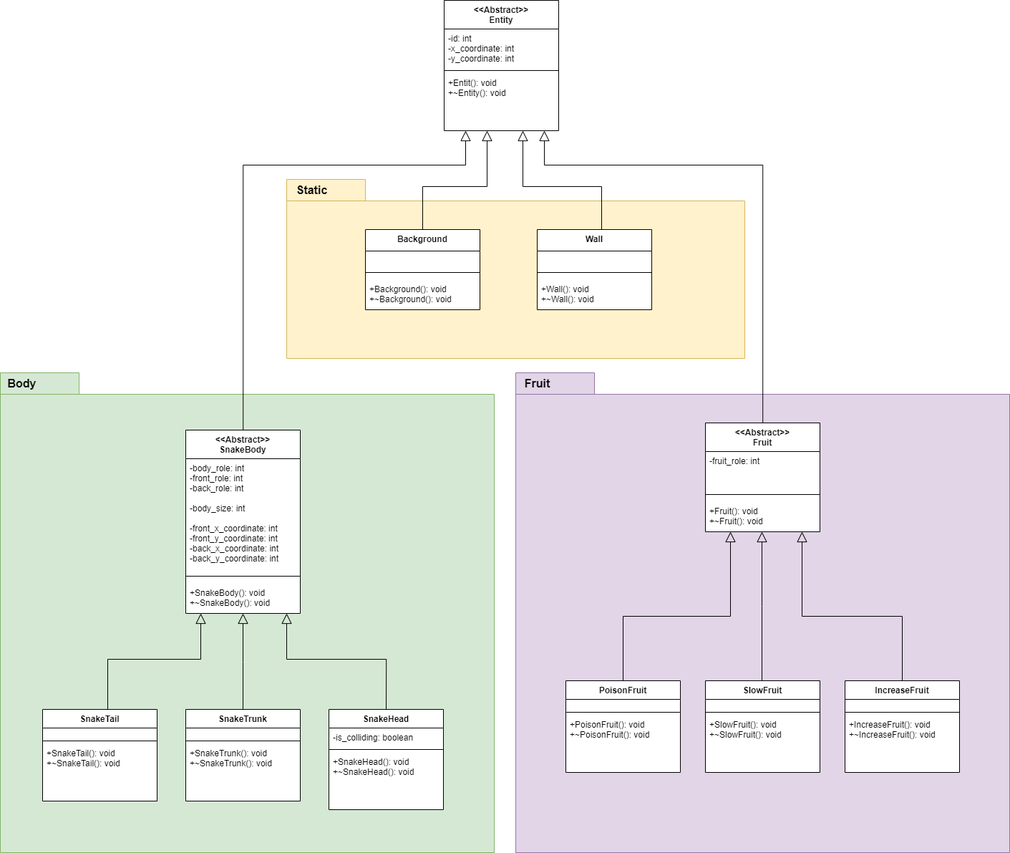
Above: snake-game-uml.drawio.png in daniapc/snake-game (draw.io), before the change. Source tidied: cells renumbered, new cells last; positions are measured from the earlier drawing's top-left corner, leaving out a move shared by most shapes.
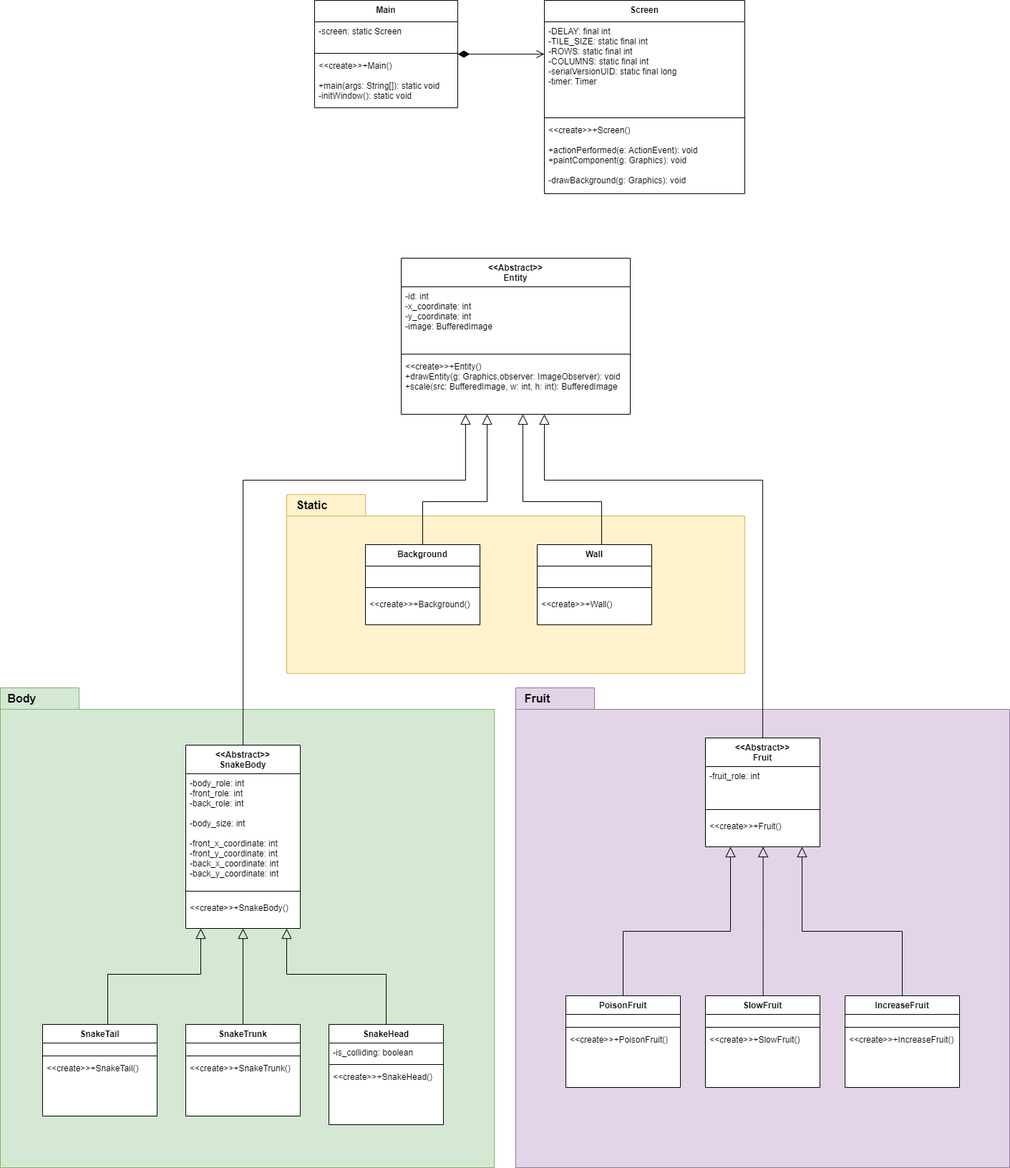
After the commit.

Commit message:
Commenting base classes and altering UML

Diff of the diagram source:
```diff
@@ -6,16 +6,16 @@
       <mxGeometry y="520" width="690" height="670" as="geometry" />
     </mxCell>
     <mxCell id="3" value="&lt;&lt;Abstract&gt;&gt;&#10;Entity" style="swimlane;fontStyle=1;align=center;verticalAlign=top;horizontal=1;startSize=40;swimlaneFillColor=default;" parent="1" vertex="1">
-      <mxGeometry x="620" width="160" height="182" as="geometry" />
+      <mxGeometry x="560" y="-80" width="320" height="218" as="geometry" />
     </mxCell>
-    <mxCell id="4" value="-id: int&#10;-x_coordinate: int&#10;-y_coordinate: int&#10;" style="text;strokeColor=none;fillColor=none;align=left;verticalAlign=top;spacingLeft=4;spacingRight=4;overflow=hidden;" parent="3" vertex="1">
-      <mxGeometry y="40" width="160" height="54" as="geometry" />
+    <mxCell id="4" value="-id: int&#10;-x_coordinate: int&#10;-y_coordinate: int&#10;-image: BufferedImage" style="text;strokeColor=none;fillColor=none;align=left;verticalAlign=top;spacingLeft=4;spacingRight=4;overflow=hidden;" parent="3" vertex="1">
+      <mxGeometry y="40" width="320" height="90" as="geometry" />
     </mxCell>
     <mxCell id="5" style="line;strokeWidth=1;fillColor=none;align=left;verticalAlign=middle;spacingTop=-1;spacingLeft=3;spacingRight=3;labelPosition=right;" parent="3" vertex="1">
-      <mxGeometry y="94" width="160" height="8" as="geometry" />
+      <mxGeometry y="130" width="320" height="8" as="geometry" />
     </mxCell>
-    <mxCell id="6" value="+Entit(): void&#10;+~Entity(): void" style="text;strokeColor=none;fillColor=none;align=left;verticalAlign=top;spacingLeft=4;spacingRight=4;overflow=hidden;points=[[0,0.5],[1,0.5]];portConstraint=eastwest;" parent="3" vertex="1">
-      <mxGeometry y="102" width="160" height="80" as="geometry" />
+    <mxCell id="6" value="&lt;&lt;create&gt;&gt;+Entity()&#10;+drawEntity(g: Graphics,observer: ImageObserver): void&#10;+scale(src: BufferedImage, w: int, h: int): BufferedImage" style="text;strokeColor=none;fillColor=none;align=left;verticalAlign=top;spacingLeft=4;spacingRight=4;overflow=hidden;points=[[0,0.5],[1,0.5]];portConstraint=eastwest;" parent="3" vertex="1">
+      <mxGeometry y="138" width="320" height="80" as="geometry" />
     </mxCell>
     <mxCell id="7" value="&lt;&lt;Abstract&gt;&gt;&#10;SnakeBody" style="swimlane;fontStyle=1;align=center;verticalAlign=top;horizontal=1;startSize=40;gradientColor=none;swimlaneFillColor=default;" parent="1" vertex="1">
       <mxGeometry x="259" y="600" width="160" height="256" as="geometry" />
@@ -26,7 +26,7 @@
     <mxCell id="9" style="line;strokeWidth=1;fillColor=none;align=left;verticalAlign=middle;spacingTop=-1;spacingLeft=3;spacingRight=3;labelPosition=right;" parent="7" vertex="1">
       <mxGeometry y="194" width="160" height="20" as="geometry" />
     </mxCell>
-    <mxCell id="10" value="+SnakeBody(): void&#10;+~SnakeBody(): void" style="text;strokeColor=none;fillColor=none;align=left;verticalAlign=top;spacingLeft=4;spacingRight=4;overflow=hidden;points=[[0,0.5],[1,0.5]];portConstraint=eastwest;" parent="7" vertex="1">
+    <mxCell id="10" value="&lt;&lt;create&gt;&gt;+SnakeBody()" style="text;strokeColor=none;fillColor=none;align=left;verticalAlign=top;spacingLeft=4;spacingRight=4;overflow=hidden;points=[[0,0.5],[1,0.5]];portConstraint=eastwest;" parent="7" vertex="1">
       <mxGeometry y="214" width="160" height="42" as="geometry" />
     </mxCell>
     <mxCell id="11" value="SnakeHead" style="swimlane;fontStyle=1;align=center;verticalAlign=top;horizontal=1;startSize=26;swimlaneFillColor=default;" parent="1" vertex="1">
@@ -38,7 +38,7 @@
     <mxCell id="13" style="line;strokeWidth=1;fillColor=none;align=left;verticalAlign=middle;spacingTop=-1;spacingLeft=3;spacingRight=3;labelPosition=right;" parent="11" vertex="1">
       <mxGeometry y="52" width="160" height="8" as="geometry" />
     </mxCell>
-    <mxCell id="14" value="+SnakeHead(): void&#10;+~SnakeHead(): void" style="text;strokeColor=none;fillColor=none;align=left;verticalAlign=top;spacingLeft=4;spacingRight=4;overflow=hidden;" parent="11" vertex="1">
+    <mxCell id="14" value="&lt;&lt;create&gt;&gt;+SnakeHead()" style="text;strokeColor=none;fillColor=none;align=left;verticalAlign=top;spacingLeft=4;spacingRight=4;overflow=hidden;" parent="11" vertex="1">
       <mxGeometry y="60" width="160" height="80" as="geometry" />
     </mxCell>
     <mxCell id="15" value="SnakeTrunk" style="swimlane;fontStyle=1;align=center;verticalAlign=top;horizontal=1;startSize=26;swimlaneFillColor=default;" parent="1" vertex="1">
@@ -50,7 +50,7 @@
     <mxCell id="17" style="line;strokeWidth=1;fillColor=none;align=left;verticalAlign=middle;spacingTop=-1;spacingLeft=3;spacingRight=3;labelPosition=right;" parent="15" vertex="1">
       <mxGeometry y="40" width="160" height="8" as="geometry" />
     </mxCell>
-    <mxCell id="18" value="+SnakeTrunk(): void&#10;+~SnakeTrunk(): void" style="text;strokeColor=none;fillColor=none;align=left;verticalAlign=top;spacingLeft=4;spacingRight=4;overflow=hidden;" parent="15" vertex="1">
+    <mxCell id="18" value="&lt;&lt;create&gt;&gt;+SnakeTrunk()" style="text;strokeColor=none;fillColor=none;align=left;verticalAlign=top;spacingLeft=4;spacingRight=4;overflow=hidden;" parent="15" vertex="1">
       <mxGeometry y="48" width="160" height="80" as="geometry" />
     </mxCell>
     <mxCell id="19" value="SnakeTail" style="swimlane;fontStyle=1;align=center;verticalAlign=top;horizontal=1;startSize=26;swimlaneFillColor=default;" parent="1" vertex="1">
@@ -62,7 +62,7 @@
     <mxCell id="21" style="line;strokeWidth=1;fillColor=none;align=left;verticalAlign=middle;spacingTop=-1;spacingLeft=3;spacingRight=3;labelPosition=right;" parent="19" vertex="1">
       <mxGeometry y="40" width="160" height="8" as="geometry" />
     </mxCell>
-    <mxCell id="22" value="+SnakeTail(): void&#10;+~SnakeTail(): void" style="text;strokeColor=none;fillColor=none;align=left;verticalAlign=top;spacingLeft=4;spacingRight=4;overflow=hidden;" parent="19" vertex="1">
+    <mxCell id="22" value="&lt;&lt;create&gt;&gt;+SnakeTail()" style="text;strokeColor=none;fillColor=none;align=left;verticalAlign=top;spacingLeft=4;spacingRight=4;overflow=hidden;" parent="19" vertex="1">
       <mxGeometry y="48" width="160" height="80" as="geometry" />
     </mxCell>
     <mxCell id="23" style="endArrow=none;html=1;rounded=0;entryX=0.5;entryY=0;entryDx=0;entryDy=0;startArrow=block;startFill=0;endSize=6;startSize=12;edgeStyle=orthogonalEdgeStyle;" parent="1" edge="1" source="10" target="11">
@@ -102,7 +102,7 @@
     <mxCell id="31" style="line;strokeWidth=1;fillColor=none;align=left;verticalAlign=middle;spacingTop=-1;spacingLeft=3;spacingRight=3;labelPosition=right;" parent="29" vertex="1">
       <mxGeometry y="90" width="160" height="20" as="geometry" />
     </mxCell>
-    <mxCell id="32" value="+Fruit(): void&#10;+~Fruit(): void" style="text;strokeColor=none;fillColor=none;align=left;verticalAlign=top;spacingLeft=4;spacingRight=4;overflow=hidden;points=[[0,0.5],[1,0.5]];portConstraint=eastwest;" parent="29" vertex="1">
+    <mxCell id="32" value="&lt;&lt;create&gt;&gt;+Fruit()" style="text;strokeColor=none;fillColor=none;align=left;verticalAlign=top;spacingLeft=4;spacingRight=4;overflow=hidden;points=[[0,0.5],[1,0.5]];portConstraint=eastwest;" parent="29" vertex="1">
       <mxGeometry y="110" width="160" height="42" as="geometry" />
     </mxCell>
     <mxCell id="33" value="PoisonFruit" style="swimlane;fontStyle=1;align=center;verticalAlign=top;horizontal=1;startSize=26;swimlaneFillColor=default;" parent="1" vertex="1">
@@ -114,7 +114,7 @@
     <mxCell id="35" style="line;strokeWidth=1;fillColor=none;align=left;verticalAlign=middle;spacingTop=-1;spacingLeft=3;spacingRight=3;labelPosition=right;" parent="33" vertex="1">
       <mxGeometry y="40" width="160" height="8" as="geometry" />
     </mxCell>
-    <mxCell id="36" value="+PoisonFruit(): void&#10;+~PoisonFruit(): void" style="text;strokeColor=none;fillColor=none;align=left;verticalAlign=top;spacingLeft=4;spacingRight=4;overflow=hidden;" parent="33" vertex="1">
+    <mxCell id="36" value="&lt;&lt;create&gt;&gt;+PoisonFruit()" style="text;strokeColor=none;fillColor=none;align=left;verticalAlign=top;spacingLeft=4;spacingRight=4;overflow=hidden;" parent="33" vertex="1">
       <mxGeometry y="48" width="160" height="80" as="geometry" />
     </mxCell>
     <mxCell id="37" value="SlowFruit" style="swimlane;fontStyle=1;align=center;verticalAlign=top;horizontal=1;startSize=26;swimlaneFillColor=default;" parent="1" vertex="1">
@@ -126,7 +126,7 @@
     <mxCell id="39" style="line;strokeWidth=1;fillColor=none;align=left;verticalAlign=middle;spacingTop=-1;spacingLeft=3;spacingRight=3;labelPosition=right;" parent="37" vertex="1">
       <mxGeometry y="40" width="160" height="8" as="geometry" />
     </mxCell>
-    <mxCell id="40" value="+SlowFruit(): void&#10;+~SlowFruit(): void" style="text;strokeColor=none;fillColor=none;align=left;verticalAlign=top;spacingLeft=4;spacingRight=4;overflow=hidden;" parent="37" vertex="1">
+    <mxCell id="40" value="&lt;&lt;create&gt;&gt;+SlowFruit()" style="text;strokeColor=none;fillColor=none;align=left;verticalAlign=top;spacingLeft=4;spacingRight=4;overflow=hidden;" parent="37" vertex="1">
       <mxGeometry y="48" width="160" height="80" as="geometry" />
     </mxCell>
     <mxCell id="41" value="IncreaseFruit" style="swimlane;fontStyle=1;align=center;verticalAlign=top;horizontal=1;startSize=26;swimlaneFillColor=default;" parent="1" vertex="1">
@@ -138,7 +138,7 @@
     <mxCell id="43" style="line;strokeWidth=1;fillColor=none;align=left;verticalAlign=middle;spacingTop=-1;spacingLeft=3;spacingRight=3;labelPosition=right;" parent="41" vertex="1">
       <mxGeometry y="40" width="160" height="8" as="geometry" />
     </mxCell>
-    <mxCell id="44" value="+IncreaseFruit(): void&#10;+~IncreaseFruit(): void" style="text;strokeColor=none;fillColor=none;align=left;verticalAlign=top;spacingLeft=4;spacingRight=4;overflow=hidden;" parent="41" vertex="1">
+    <mxCell id="44" value="&lt;&lt;create&gt;&gt;+IncreaseFruit()" style="text;strokeColor=none;fillColor=none;align=left;verticalAlign=top;spacingLeft=4;spacingRight=4;overflow=hidden;" parent="41" vertex="1">
       <mxGeometry y="48" width="160" height="80" as="geometry" />
     </mxCell>
     <mxCell id="45" style="endArrow=none;html=1;edgeStyle=elbowEdgeStyle;rounded=0;startArrow=block;startFill=0;endSize=6;startSize=12;" parent="1" edge="1" source="32" target="37">
@@ -175,7 +175,7 @@
     <mxCell id="52" style="line;strokeWidth=1;fillColor=none;align=left;verticalAlign=middle;spacingTop=-1;spacingLeft=3;spacingRight=3;labelPosition=right;" parent="50" vertex="1">
       <mxGeometry y="50" width="160" height="20" as="geometry" />
     </mxCell>
-    <mxCell id="53" value="+Background(): void&#10;+~Background(): void" style="text;strokeColor=none;fillColor=none;align=left;verticalAlign=top;spacingLeft=4;spacingRight=4;overflow=hidden;" parent="50" vertex="1">
+    <mxCell id="53" value="&lt;&lt;create&gt;&gt;+Background()" style="text;strokeColor=none;fillColor=none;align=left;verticalAlign=top;spacingLeft=4;spacingRight=4;overflow=hidden;" parent="50" vertex="1">
       <mxGeometry y="70" width="160" height="42" as="geometry" />
     </mxCell>
     <mxCell id="54" value="Wall" style="swimlane;fontStyle=1;align=center;verticalAlign=top;horizontal=1;startSize=30;gradientColor=none;swimlaneFillColor=default;" parent="1" vertex="1">
@@ -187,7 +187,7 @@
     <mxCell id="56" style="line;strokeWidth=1;fillColor=none;align=left;verticalAlign=middle;spacingTop=-1;spacingLeft=3;spacingRight=3;labelPosition=right;" parent="54" vertex="1">
       <mxGeometry y="50" width="160" height="20" as="geometry" />
     </mxCell>
-    <mxCell id="57" value="+Wall(): void&#10;+~Wall(): void" style="text;strokeColor=none;fillColor=none;align=left;verticalAlign=top;spacingLeft=4;spacingRight=4;overflow=hidden;" parent="54" vertex="1">
+    <mxCell id="57" value="&lt;&lt;create&gt;&gt;+Wall()&#10;" style="text;strokeColor=none;fillColor=none;align=left;verticalAlign=top;spacingLeft=4;spacingRight=4;overflow=hidden;" parent="54" vertex="1">
       <mxGeometry y="70" width="160" height="42" as="geometry" />
     </mxCell>
     <mxCell id="58" style="endArrow=none;html=1;edgeStyle=orthogonalEdgeStyle;rounded=0;startArrow=block;startFill=0;endSize=6;startSize=12;elbow=vertical;" parent="1" edge="1" source="6" target="7">
@@ -224,5 +224,37 @@
         </Array>
       </mxGeometry>
     </mxCell>
+    <mxCell id="62" value="Main" style="swimlane;fontStyle=1;align=center;verticalAlign=top;horizontal=1;startSize=30;swimlaneFillColor=default;" parent="1" vertex="1">
+      <mxGeometry x="439" y="-440" width="200" height="150" as="geometry" />
+    </mxCell>
+    <mxCell id="63" value="-screen: static Screen" style="text;strokeColor=none;fillColor=none;align=left;verticalAlign=top;spacingLeft=4;spacingRight=4;overflow=hidden;" parent="62" vertex="1">
+      <mxGeometry y="30" width="200" height="40" as="geometry" />
+    </mxCell>
+    <mxCell id="64" style="line;strokeWidth=1;fillColor=none;align=left;verticalAlign=middle;spacingTop=-1;spacingLeft=3;spacingRight=3;labelPosition=right;" parent="62" vertex="1">
+      <mxGeometry y="70" width="200" height="8" as="geometry" />
+    </mxCell>
+    <mxCell id="65" value="&lt;&lt;create&gt;&gt;+Main()&#10;&#10;+main(args: String[]): static void&#10;-initWindow(): static void" style="text;strokeColor=none;fillColor=none;align=left;verticalAlign=top;spacingLeft=4;spacingRight=4;overflow=hidden;" parent="62" vertex="1">
+      <mxGeometry y="78" width="200" height="72" as="geometry" />
+    </mxCell>
+    <mxCell id="66" value="Screen" style="swimlane;fontStyle=1;align=center;verticalAlign=top;horizontal=1;startSize=30;swimlaneFillColor=default;" parent="1" vertex="1">
+      <mxGeometry x="760" y="-440" width="280" height="270" as="geometry" />
+    </mxCell>
+    <mxCell id="67" value="-DELAY: final int&#10;-TILE_SIZE: static final int&#10;-ROWS: static final int&#10;-COLUMNS: static final int&#10;-serialVersionUID: static final long&#10;-timer: Timer" style="text;strokeColor=none;fillColor=none;align=left;verticalAlign=top;spacingLeft=4;spacingRight=4;overflow=hidden;" parent="66" vertex="1">
+      <mxGeometry y="30" width="280" height="130" as="geometry" />
+    </mxCell>
+    <mxCell id="68" style="line;strokeWidth=1;fillColor=none;align=left;verticalAlign=middle;spacingTop=-1;spacingLeft=3;spacingRight=3;labelPosition=right;" parent="66" vertex="1">
+      <mxGeometry y="160" width="280" height="8" as="geometry" />
+    </mxCell>
+    <mxCell id="69" value="&lt;&lt;create&gt;&gt;+Screen()&#10;&#10;+actionPerformed(e: ActionEvent): void&#10;+paintComponent(g: Graphics): void&#10;&#10;-drawBackground(g: Graphics): void" style="text;strokeColor=none;fillColor=none;align=left;verticalAlign=top;spacingLeft=4;spacingRight=4;overflow=hidden;" parent="66" vertex="1">
+      <mxGeometry y="168" width="280" height="102" as="geometry" />
+    </mxCell>
+    <mxCell id="70" style="endArrow=open;html=1;edgeStyle=orthogonalEdgeStyle;rounded=0;startArrow=diamondThin;startFill=1;endSize=9;startSize=14;endFill=0;" parent="1" edge="1" source="62" target="66">
+      <mxGeometry relative="1" as="geometry">
+        <Array as="points">
+          <mxPoint x="750" y="-365" />
+          <mxPoint x="750" y="-365" />
+        </Array>
+      </mxGeometry>
+    </mxCell>
   </root>
 </mxGraphModel>
```
